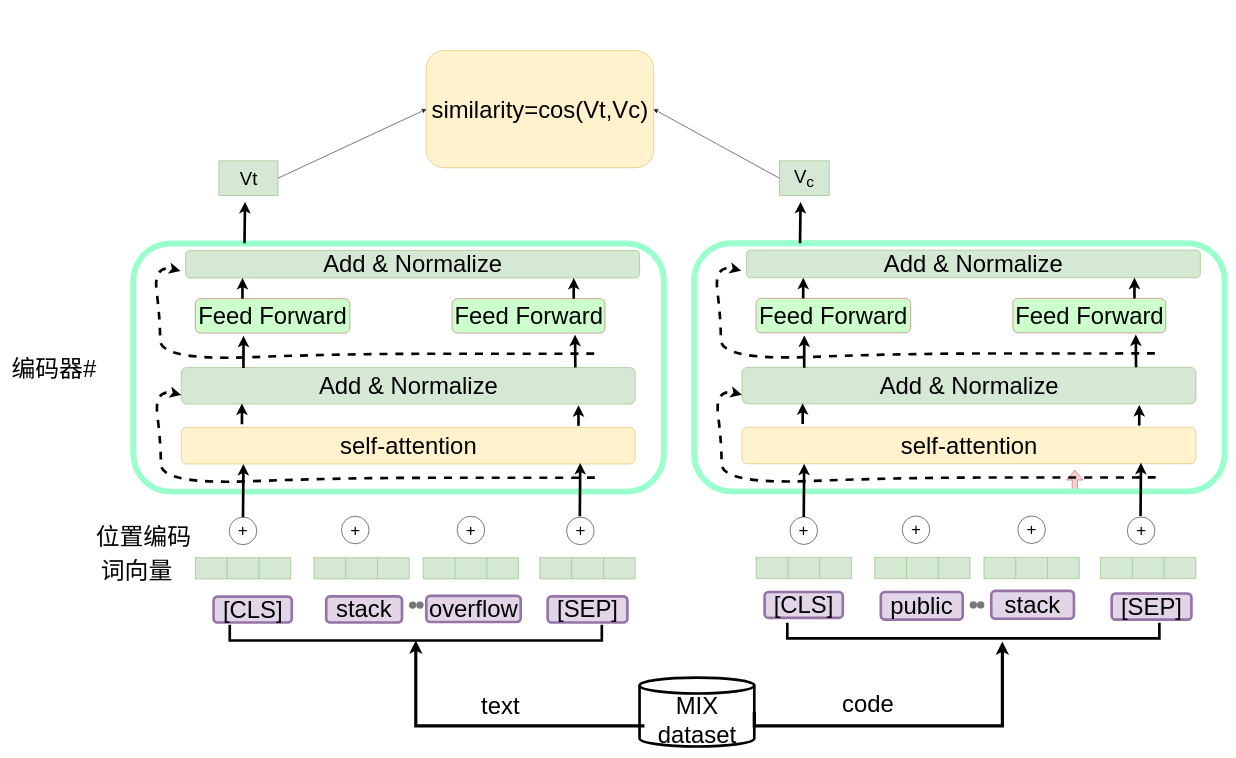
This is Copy of finetune-毕设.drawio from hangdj/BERT-PLI-IJCAI2020, a draw.io file, before an edit. Source tidied: cells renumbered, new cells numbered last; positions are measured from the earlier drawing's top-left corner, leaving out a move shared by most shapes. Both pictures are drawn from the tidied source at 53%, with x=0, y=0 at pixel (9, 50).
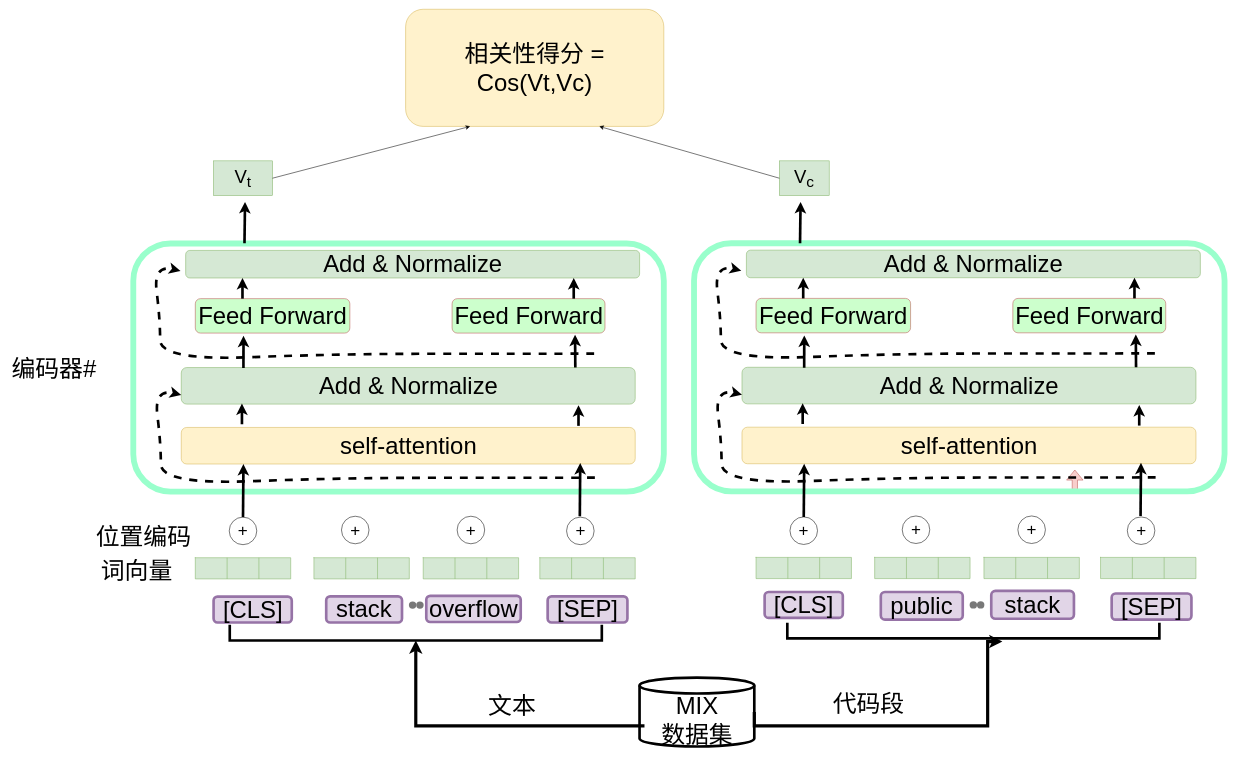
After the change.

The change refers to these unchanged cells:
```xml
<mxCell id="9" value="&lt;font style=&quot;font-size: 35px&quot;&gt;V&lt;sub&gt;c&lt;/sub&gt;&lt;/font&gt;" style="rounded=0;whiteSpace=wrap;html=1;fillColor=#d5e8d4;strokeColor=#82b366;" parent="1" vertex="1">
  <mxGeometry x="1453" y="208" width="94" height="65.5" as="geometry" />
</mxCell>
<mxCell id="16" style="shape=cylinder3;whiteSpace=wrap;html=1;boundedLbl=1;backgroundOutline=1;size=15;fontSize=33;strokeWidth=5;" parent="1" vertex="1">
  <mxGeometry x="1189.2" y="1183" width="216.5" height="130" as="geometry" />
</mxCell>
<mxCell id="107" style="shape=partialRectangle;whiteSpace=wrap;html=1;bottom=1;right=1;left=1;top=0;fillColor=none;routingCenterX=-0.5;strokeWidth=5;" parent="1" vertex="1">
  <mxGeometry x="1468" y="1082" width="702" height="27" as="geometry" />
</mxCell>
```

Change to the diagram source:
```diff
@@
-    <mxCell id="8" value="&lt;font style=&quot;font-size: 35px&quot;&gt;&lt;font style=&quot;font-size: 35px&quot;&gt;V&lt;/font&gt;&lt;font style=&quot;font-size: 35px&quot;&gt;t&lt;/font&gt;&lt;/font&gt;" style="rounded=0;whiteSpace=wrap;html=1;fillColor=#d5e8d4;strokeColor=#82b366;" parent="1" vertex="1">
-      <mxGeometry x="395.5" y="208" width="111.5" height="65.5" as="geometry" />
+    <mxCell id="8" value="&lt;font style=&quot;font-size: 35px&quot;&gt;&lt;font style=&quot;font-size: 35px&quot;&gt;V&lt;/font&gt;&lt;font style=&quot;font-size: 35px&quot;&gt;&lt;sub&gt;t&lt;/sub&gt;&lt;/font&gt;&lt;/font&gt;" style="rounded=0;whiteSpace=wrap;html=1;fillColor=#d5e8d4;strokeColor=#82b366;" parent="1" vertex="1">
+      <mxGeometry x="385.2" y="208" width="111.5" height="65.5" as="geometry" />
     </mxCell>
@@
-    <mxCell id="11" value="&lt;font style=&quot;font-size: 45px&quot;&gt;&lt;font style=&quot;font-size: 45px&quot;&gt;similarity=cos(V&lt;/font&gt;&lt;font style=&quot;font-size: 45px&quot;&gt;t,Vc)&lt;/font&gt;&lt;/font&gt;" style="rounded=1;whiteSpace=wrap;html=1;fillColor=#fff2cc;strokeColor=#d6b656;" parent="1" vertex="1">
-      <mxGeometry x="786.8" width="429" height="221" as="geometry" />
+    <mxCell id="11" value="&lt;font style=&quot;font-size: 45px&quot;&gt;&lt;font style=&quot;font-size: 45px&quot;&gt;相关性得分 = Cos(V&lt;/font&gt;&lt;font style=&quot;font-size: 45px&quot;&gt;t,Vc)&lt;/font&gt;&lt;/font&gt;" style="rounded=1;whiteSpace=wrap;html=1;fillColor=#fff2cc;strokeColor=#d6b656;" parent="1" vertex="1">
+      <mxGeometry x="747.8" y="-78" width="487.2" height="221" as="geometry" />
     </mxCell>
-    <mxCell id="12" style="endArrow=classic;html=1;entryX=0;entryY=0.5;entryDx=0;entryDy=0;exitX=1;exitY=0.5;exitDx=0;exitDy=0;" parent="1" edge="1" source="8" target="11">
+    <mxCell id="12" style="endArrow=classic;html=1;entryX=0.25;entryY=1;entryDx=0;entryDy=0;exitX=1;exitY=0.5;exitDx=0;exitDy=0;" parent="1" edge="1" source="8" target="11">
       <mxGeometry relative="1" as="geometry" />
     </mxCell>
-    <mxCell id="13" style="endArrow=classic;html=1;exitX=0;exitY=0.5;exitDx=0;exitDy=0;entryX=1;entryY=0.5;entryDx=0;entryDy=0;" parent="1" edge="1" source="9" target="11">
+    <mxCell id="13" style="endArrow=classic;html=1;exitX=0;exitY=0.5;exitDx=0;exitDy=0;entryX=0.75;entryY=1;entryDx=0;entryDy=0;" parent="1" edge="1" source="9" target="11">
       <mxGeometry relative="1" as="geometry" />
     </mxCell>
@@
-    <mxCell id="18" value="&lt;font style=&quot;font-size: 45px&quot;&gt;MIX dataset&lt;/font&gt;" style="text;html=1;strokeColor=none;fillColor=none;align=center;verticalAlign=middle;whiteSpace=wrap;rounded=0;dashed=1;dashPattern=1 2;" parent="1" vertex="1">
+    <mxCell id="18" value="&lt;font style=&quot;font-size: 45px&quot;&gt;MIX &lt;br&gt;数据集&lt;/font&gt;" style="text;html=1;strokeColor=none;fillColor=none;align=center;verticalAlign=middle;whiteSpace=wrap;rounded=0;dashed=1;dashPattern=1 2;" parent="1" vertex="1">
       <mxGeometry x="1198.5" y="1248" width="198" height="30" as="geometry" />
     </mxCell>
-    <mxCell id="19" value="&lt;font style=&quot;font-size: 45px&quot;&gt;text&lt;/font&gt;" style="text;html=1;strokeColor=none;fillColor=none;align=center;verticalAlign=middle;whiteSpace=wrap;rounded=0;fontSize=33;" parent="1" vertex="1">
-      <mxGeometry x="897" y="1222" width="60" height="30" as="geometry" />
+    <mxCell id="19" value="&lt;span style=&quot;font-size: 45px&quot;&gt;文本&lt;/span&gt;" style="text;html=1;strokeColor=none;fillColor=none;align=center;verticalAlign=middle;whiteSpace=wrap;rounded=0;fontSize=33;" parent="1" vertex="1">
+      <mxGeometry x="897" y="1222" width="104" height="30" as="geometry" />
     </mxCell>
@@
     <mxCell id="108" style="edgeStyle=orthogonalEdgeStyle;rounded=0;jettySize=auto;html=1;entryX=0.578;entryY=1.222;entryDx=0;entryDy=0;fontSize=33;entryPerimeter=0;exitX=1;exitY=0.5;exitDx=0;exitDy=0;exitPerimeter=0;strokeWidth=6;" parent="1" edge="1" source="16" target="107">
       <mxGeometry relative="1" as="geometry">
         <Array as="points">
           <mxPoint x="1406" y="1274" />
-          <mxPoint x="1874" y="1274" />
+          <mxPoint x="1846" y="1274" />
+          <mxPoint x="1846" y="1115" />
         </Array>
       </mxGeometry>
     </mxCell>
-    <mxCell id="109" value="&lt;font style=&quot;font-size: 45px&quot;&gt;code&lt;/font&gt;" style="text;html=1;align=center;verticalAlign=middle;strokeColor=none;fillColor=none;fontSize=32;" parent="1" vertex="1">
-      <mxGeometry x="1561.9" y="1207" width="117" height="52" as="geometry" />
+    <mxCell id="109" value="&lt;font style=&quot;font-size: 45px&quot;&gt;代码段&lt;/font&gt;" style="text;html=1;align=center;verticalAlign=middle;strokeColor=none;fillColor=none;fontSize=32;" parent="1" vertex="1">
+      <mxGeometry x="1542.9" y="1207" width="156" height="52" as="geometry" />
     </mxCell>
```
